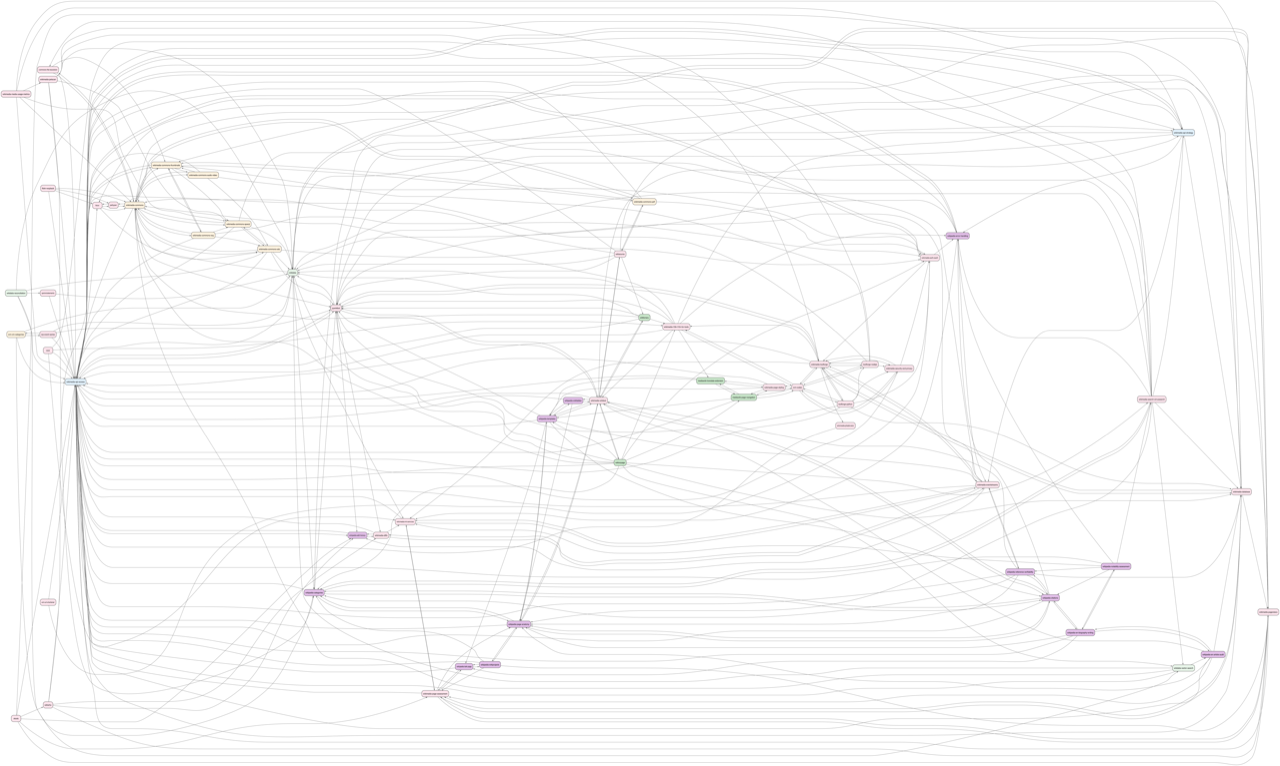
Before: docs/skills-network.png, a diagram exported from Graphviz (fuzheado/Wikipedia-AI-Skills). Its source is kept beside it as docs/skills-network.dot.
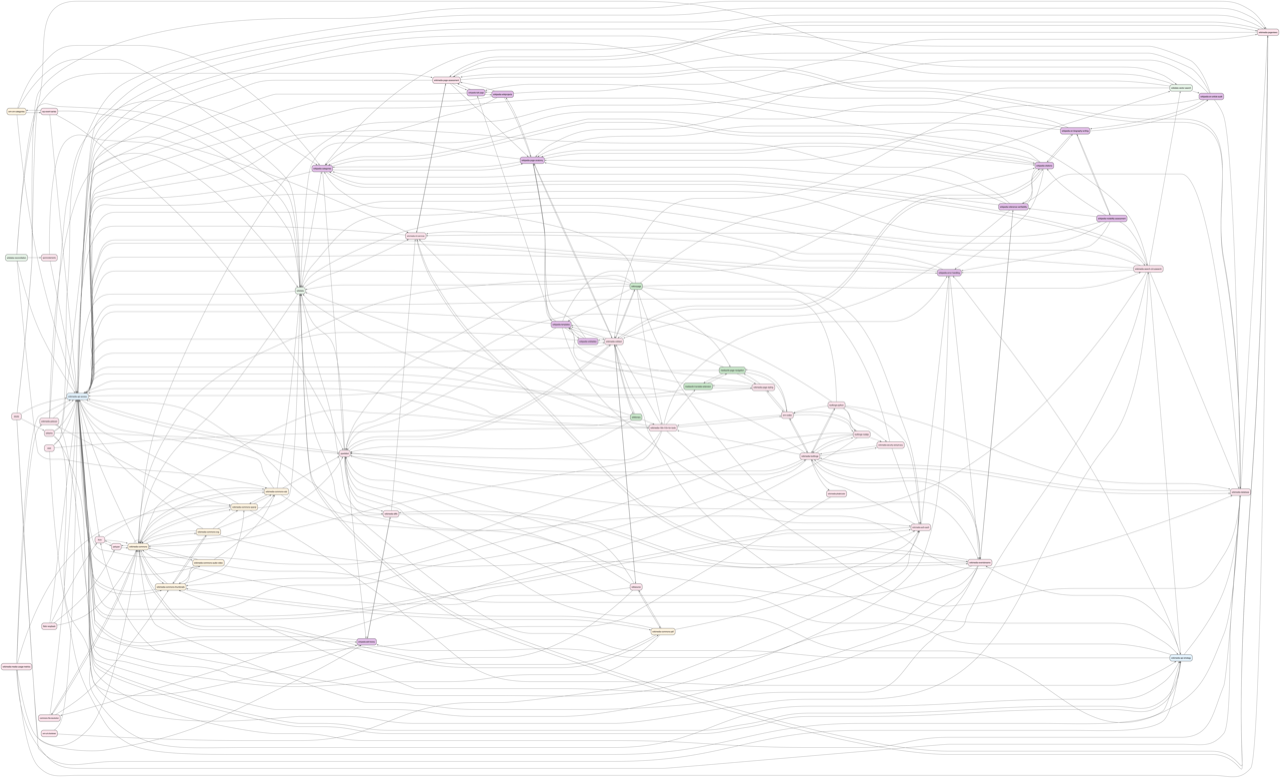
The same diagram one commit later.

Commit message:
docs(skills): cross-reference cleanup pass — drop 6 unbacked links

The edit, as a diff of the source:
```diff
@@ -41,7 +41,7 @@
   "wikimedia-petscan" [label="wikimedia-petscan", fillcolor="#fce4ec", style="filled,rounded", fontsize=11];
   "wikimedia-phabricator" [label="wikimedia-phabricator", fillcolor="#fce4ec", style="filled,rounded", fontsize=10];
   "wikimedia-search-cirrussearch" [label="wikimedia-search-cirrussearch", fillcolor="#fce4ec", style="filled,rounded", fontsize=11];
-  "wikimedia-security-and-privacy" [label="wikimedia-security-and-privacy", fillcolor="#fce4ec", style="filled,rounded", fontsize=11];
+  "wikimedia-security-and-privacy" [label="wikimedia-security-and-privacy", fillcolor="#fce4ec", style="filled,rounded", fontsize=10];
   "wikimedia-toolforge" [label="wikimedia-toolforge", fillcolor="#fce4ec", style="filled,rounded", fontsize=11];
   "wikimedia-url-shortener" [label="wm-url-shortener", fillcolor="#fce4ec", style="filled,rounded", fontsize=10];
   "wikimedia-wikitext" [label="wikimedia-wikitext", fillcolor="#fce4ec", style="filled,rounded", fontsize=11];
@@ -145,10 +145,8 @@
   "wikimedia-auth-oauth" -> "wikipedia-error-handling";
   "wikimedia-codex" -> "mediawiki-page-navigation";
   "wikimedia-codex" -> "toolforge-nodejs";
-  "wikimedia-codex" -> "toolforge-python";
   "wikimedia-codex" -> "wikimedia-i18n-l10n-for-tools";
   "wikimedia-codex" -> "wikimedia-page-styling";
-  "wikimedia-codex" -> "wikimedia-security-and-privacy";
   "wikimedia-codex" -> "wikimedia-toolforge";
   "wikimedia-commons" -> "commons-file-resolution";
   "wikimedia-commons" -> "pattypan";
@@ -251,7 +249,6 @@
   "wikimedia-petscan" -> "wikimedia-api-access";
   "wikimedia-petscan" -> "wikimedia-commons-sparql";
   "wikimedia-petscan" -> "wikimedia-search-cirrussearch";
-  "wikimedia-petscan" -> "wikimedia-toolforge";
   "wikimedia-petscan" -> "wikipedia-categories";
   "wikimedia-phabricator" -> "wikimedia-api-access";
   "wikimedia-search-cirrussearch" -> "pywikibot";
@@ -266,7 +263,6 @@
   "wikimedia-search-cirrussearch" -> "wikipedia-page-anatomy";
   "wikimedia-security-and-privacy" -> "wikimedia-api-access";
   "wikimedia-security-and-privacy" -> "wikimedia-auth-oauth";
-  "wikimedia-security-and-privacy" -> "wikimedia-codex";
   "wikimedia-security-and-privacy" -> "wikimedia-toolforge";
   "wikimedia-toolforge" -> "pywikibot";
   "wikimedia-toolforge" -> "toolforge-nodejs";
@@ -372,9 +368,7 @@
   "wikisource" -> "wikimedia-api-access";
   "wikisource" -> "wikimedia-commons";
   "wikisource" -> "wikimedia-commons-pdf";
-  "wikisource" -> "wikimedia-pageviews";
   "wikisource" -> "wikimedia-wikitext";
-  "wikisource" -> "wiktionary";
   "wikivoyage" -> "mediawiki-page-navigation";
   "wikivoyage" -> "pywikibot";
   "wikivoyage" -> "wikidata";
```
